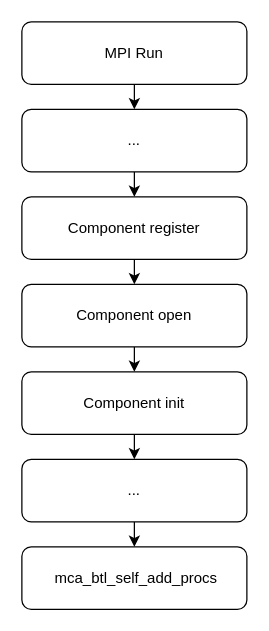
Troyself/img-design-draw-io keeps this draw.io diagram as ompi/self-flow.drawio. Above is the earlier version. Source tidied: cells renumbered, new cells numbered last; positions are measured from the earlier drawing's top-left corner, leaving out a move shared by most shapes. Both pictures are drawn from the tidied source at 125%, with x=0, y=0 at pixel (21, 21).
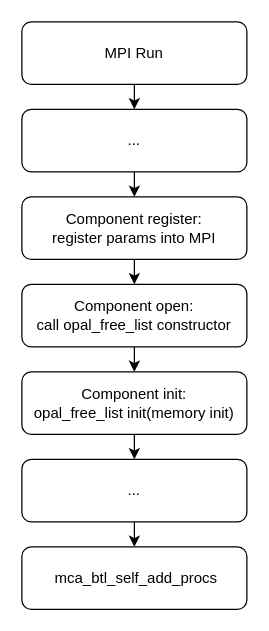
After the change.

Diff of the diagram source:
```diff
@@
 <mxGraphModel>
   <root>
     <mxCell id="0" />
     <mxCell id="1" parent="0" />
     <mxCell id="2" style="edgeStyle=orthogonalEdgeStyle;rounded=0;jettySize=auto;html=1;exitX=0.5;exitY=1;exitDx=0;exitDy=0;entryX=0.5;entryY=0;entryDx=0;entryDy=0;fontFamily=Helvetica;fontSize=12;fontColor=default;" parent="1" edge="1" source="3" target="5">
       <mxGeometry relative="1" as="geometry" />
     </mxCell>
     <mxCell id="3" value="MPI Run" style="rounded=1;whiteSpace=wrap;html=1;fillColor=none;" parent="1" vertex="1">
       <mxGeometry width="180" height="50" as="geometry" />
     </mxCell>
     <mxCell id="4" style="edgeStyle=orthogonalEdgeStyle;rounded=0;jettySize=auto;html=1;exitX=0.5;exitY=1;exitDx=0;exitDy=0;entryX=0.5;entryY=0;entryDx=0;entryDy=0;fontFamily=Helvetica;fontSize=12;fontColor=default;" parent="1" edge="1" source="5" target="7">
       <mxGeometry relative="1" as="geometry" />
     </mxCell>
     <mxCell id="5" value="..." style="rounded=1;whiteSpace=wrap;html=1;fillColor=none;" parent="1" vertex="1">
       <mxGeometry y="70" width="180" height="50" as="geometry" />
     </mxCell>
     <mxCell id="6" style="edgeStyle=orthogonalEdgeStyle;rounded=0;jettySize=auto;html=1;exitX=0.5;exitY=1;exitDx=0;exitDy=0;entryX=0.5;entryY=0;entryDx=0;entryDy=0;fontFamily=Helvetica;fontSize=12;fontColor=default;" parent="1" edge="1" source="7" target="9">
       <mxGeometry relative="1" as="geometry" />
     </mxCell>
-    <mxCell id="7" value="Component register" style="rounded=1;whiteSpace=wrap;html=1;fillColor=none;" parent="1" vertex="1">
+    <mxCell id="7" value="Component register:&lt;div&gt;register params into MPI&lt;/div&gt;" style="rounded=1;whiteSpace=wrap;html=1;fillColor=none;" parent="1" vertex="1">
       <mxGeometry y="140" width="180" height="50" as="geometry" />
     </mxCell>
     <mxCell id="8" style="edgeStyle=orthogonalEdgeStyle;rounded=0;jettySize=auto;html=1;exitX=0.5;exitY=1;exitDx=0;exitDy=0;entryX=0.5;entryY=0;entryDx=0;entryDy=0;fontFamily=Helvetica;fontSize=12;fontColor=default;" parent="1" edge="1" source="9" target="11">
       <mxGeometry relative="1" as="geometry" />
     </mxCell>
-    <mxCell id="9" value="Component open" style="rounded=1;whiteSpace=wrap;html=1;fillColor=none;" parent="1" vertex="1">
+    <mxCell id="9" value="Component open:&lt;br&gt;call opal_free_list constructor" style="rounded=1;whiteSpace=wrap;html=1;fillColor=none;" parent="1" vertex="1">
       <mxGeometry y="210" width="180" height="50" as="geometry" />
     </mxCell>
     <mxCell id="10" style="edgeStyle=orthogonalEdgeStyle;rounded=0;jettySize=auto;html=1;exitX=0.5;exitY=1;exitDx=0;exitDy=0;entryX=0.5;entryY=0;entryDx=0;entryDy=0;fontFamily=Helvetica;fontSize=12;fontColor=default;" parent="1" edge="1" source="11" target="13">
       <mxGeometry relative="1" as="geometry" />
     </mxCell>
-    <mxCell id="11" value="Component init" style="rounded=1;whiteSpace=wrap;html=1;fillColor=none;" parent="1" vertex="1">
+    <mxCell id="11" value="Component init:&lt;div&gt;opal_free_list init(memory init)&lt;/div&gt;" style="rounded=1;whiteSpace=wrap;html=1;fillColor=none;" parent="1" vertex="1">
       <mxGeometry y="280" width="180" height="50" as="geometry" />
     </mxCell>
     <mxCell id="12" style="edgeStyle=orthogonalEdgeStyle;rounded=0;jettySize=auto;html=1;exitX=0.5;exitY=1;exitDx=0;exitDy=0;entryX=0.5;entryY=0;entryDx=0;entryDy=0;fontFamily=Helvetica;fontSize=12;fontColor=default;" parent="1" edge="1" source="13" target="14">
       <mxGeometry relative="1" as="geometry" />
     </mxCell>
     <mxCell id="13" value="..." style="rounded=1;whiteSpace=wrap;html=1;fillColor=none;" parent="1" vertex="1">
       <mxGeometry y="350" width="180" height="50" as="geometry" />
     </mxCell>
     <mxCell id="14" value="&amp;nbsp;mca_btl_self_add_procs" style="rounded=1;whiteSpace=wrap;html=1;fillColor=none;" parent="1" vertex="1">
       <mxGeometry y="420" width="180" height="50" as="geometry" />
     </mxCell>
   </root>
 </mxGraphModel>
```
